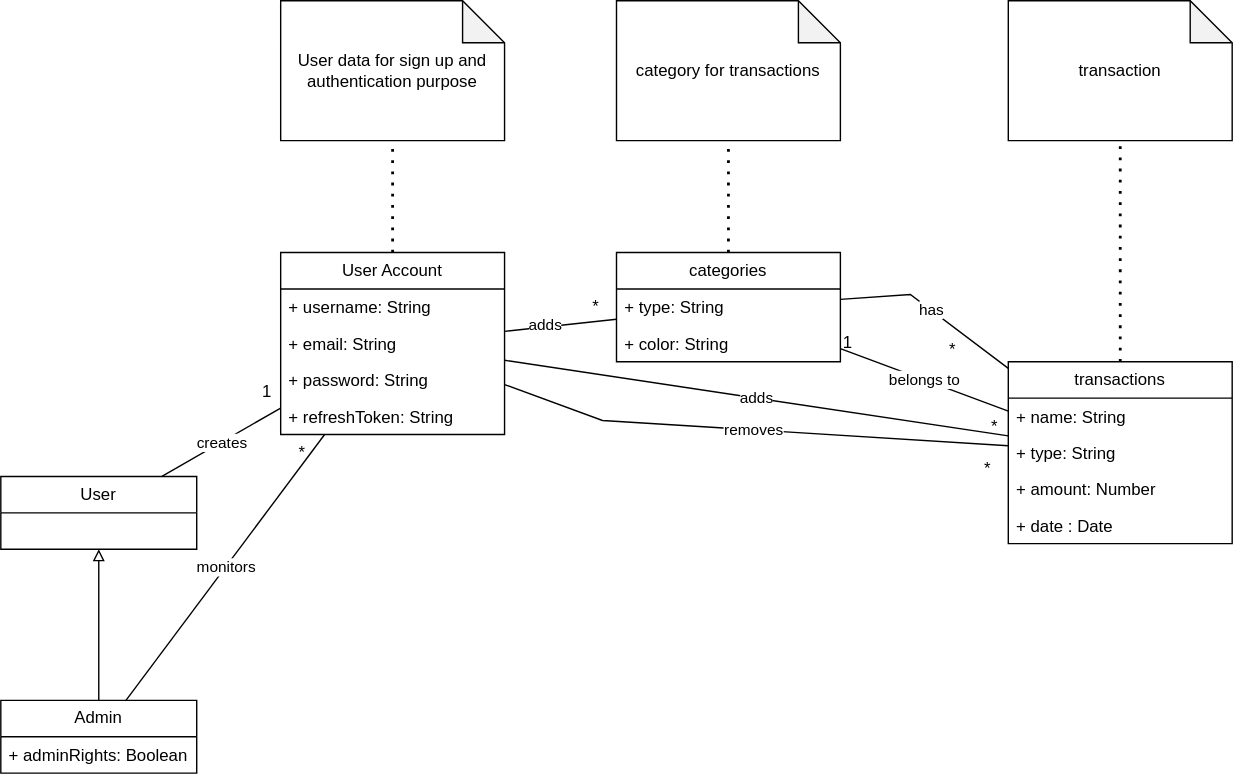
The draw.io diagram diagrams/GlossaryV1.svg in pucciorenzo/softengTesting, before a commit. Source tidied: cells renumbered, new cells last; positions are measured from the earlier drawing's top-left corner, leaving out a move shared by most shapes. Its diagram source:
```xml
<mxGraphModel>
  <root>
    <mxCell id="0" />
    <mxCell id="1" parent="0" />
    <mxCell id="2" value="User Account" style="swimlane;fontStyle=0;horizontal=1;startSize=26;fillColor=none;whiteSpace=wrap;html=1;" parent="1" vertex="1">
      <mxGeometry x="200" y="180" width="160" height="130" as="geometry" />
    </mxCell>
    <mxCell id="3" value="+ username: String" style="text;strokeColor=none;fillColor=none;align=left;verticalAlign=top;spacingLeft=4;spacingRight=4;overflow=hidden;whiteSpace=wrap;html=1;" parent="2" vertex="1">
      <mxGeometry y="26" width="160" height="26" as="geometry" />
    </mxCell>
    <mxCell id="4" value="+ email: String" style="text;strokeColor=none;fillColor=none;align=left;verticalAlign=top;spacingLeft=4;spacingRight=4;overflow=hidden;whiteSpace=wrap;html=1;" parent="2" vertex="1">
      <mxGeometry y="52" width="160" height="26" as="geometry" />
    </mxCell>
    <mxCell id="5" value="+ password: String" style="text;strokeColor=none;fillColor=none;align=left;verticalAlign=top;spacingLeft=4;spacingRight=4;overflow=hidden;whiteSpace=wrap;html=1;" parent="2" vertex="1">
      <mxGeometry y="78" width="160" height="26" as="geometry" />
    </mxCell>
    <mxCell id="6" value="+ refreshToken: String" style="text;strokeColor=none;fillColor=none;align=left;verticalAlign=top;spacingLeft=4;spacingRight=4;overflow=hidden;whiteSpace=wrap;html=1;" parent="2" vertex="1">
      <mxGeometry y="104" width="160" height="26" as="geometry" />
    </mxCell>
    <mxCell id="7" value="categories" style="swimlane;fontStyle=0;horizontal=1;startSize=26;fillColor=none;whiteSpace=wrap;html=1;" parent="1" vertex="1">
      <mxGeometry x="440" y="180" width="160" height="78" as="geometry" />
    </mxCell>
    <mxCell id="8" value="+ type: String" style="text;strokeColor=none;fillColor=none;align=left;verticalAlign=top;spacingLeft=4;spacingRight=4;overflow=hidden;whiteSpace=wrap;html=1;" parent="7" vertex="1">
      <mxGeometry y="26" width="160" height="26" as="geometry" />
    </mxCell>
    <mxCell id="9" value="+ color: String" style="text;strokeColor=none;fillColor=none;align=left;verticalAlign=top;spacingLeft=4;spacingRight=4;overflow=hidden;whiteSpace=wrap;html=1;" parent="7" vertex="1">
      <mxGeometry y="52" width="160" height="26" as="geometry" />
    </mxCell>
    <mxCell id="10" value="transactions" style="swimlane;fontStyle=0;horizontal=1;startSize=26;fillColor=none;whiteSpace=wrap;html=1;" parent="1" vertex="1">
      <mxGeometry x="720" y="258" width="160" height="130" as="geometry" />
    </mxCell>
    <mxCell id="11" value="+ name: String" style="text;strokeColor=none;fillColor=none;align=left;verticalAlign=top;spacingLeft=4;spacingRight=4;overflow=hidden;whiteSpace=wrap;html=1;" parent="10" vertex="1">
      <mxGeometry y="26" width="160" height="26" as="geometry" />
    </mxCell>
    <mxCell id="12" value="+ type: String" style="text;strokeColor=none;fillColor=none;align=left;verticalAlign=top;spacingLeft=4;spacingRight=4;overflow=hidden;whiteSpace=wrap;html=1;" parent="10" vertex="1">
      <mxGeometry y="52" width="160" height="26" as="geometry" />
    </mxCell>
    <mxCell id="13" value="+ amount: Number" style="text;strokeColor=none;fillColor=none;align=left;verticalAlign=top;spacingLeft=4;spacingRight=4;overflow=hidden;whiteSpace=wrap;html=1;" parent="10" vertex="1">
      <mxGeometry y="78" width="160" height="26" as="geometry" />
    </mxCell>
    <mxCell id="14" value="+ date : Date" style="text;strokeColor=none;fillColor=none;align=left;verticalAlign=top;spacingLeft=4;spacingRight=4;overflow=hidden;whiteSpace=wrap;html=1;" parent="10" vertex="1">
      <mxGeometry y="104" width="160" height="26" as="geometry" />
    </mxCell>
    <mxCell id="15" value="User data for sign up and authentication purpose" style="shape=note;whiteSpace=wrap;html=1;backgroundOutline=1;darkOpacity=0.05;" parent="1" vertex="1">
      <mxGeometry x="200" width="160" height="100" as="geometry" />
    </mxCell>
    <mxCell id="16" style="endArrow=none;dashed=1;html=1;dashPattern=1 3;strokeWidth=2;rounded=0;" parent="1" edge="1" source="2" target="15">
      <mxGeometry relative="1" as="geometry" />
    </mxCell>
    <mxCell id="17" value="category for transactions" style="shape=note;whiteSpace=wrap;html=1;backgroundOutline=1;darkOpacity=0.05;" parent="1" vertex="1">
      <mxGeometry x="440" width="160" height="100" as="geometry" />
    </mxCell>
    <mxCell id="18" value="transaction" style="shape=note;whiteSpace=wrap;html=1;backgroundOutline=1;darkOpacity=0.05;" parent="1" vertex="1">
      <mxGeometry x="720" width="160" height="100" as="geometry" />
    </mxCell>
    <mxCell id="19" value="User" style="swimlane;fontStyle=0;horizontal=1;startSize=26;fillColor=none;whiteSpace=wrap;html=1;" parent="1" vertex="1">
      <mxGeometry y="340" width="140" height="52" as="geometry" />
    </mxCell>
    <mxCell id="20" style="endArrow=none;dashed=1;html=1;dashPattern=1 3;strokeWidth=2;rounded=0;" parent="1" edge="1" source="7" target="17">
      <mxGeometry relative="1" as="geometry" />
    </mxCell>
    <mxCell id="21" style="endArrow=none;dashed=1;html=1;dashPattern=1 3;strokeWidth=2;rounded=0;" parent="1" edge="1" source="10" target="18">
      <mxGeometry relative="1" as="geometry" />
    </mxCell>
    <mxCell id="22" style="rounded=0;jettySize=auto;html=1;endArrow=block;endFill=0;" parent="1" edge="1" source="23" target="19">
      <mxGeometry relative="1" as="geometry" />
    </mxCell>
    <mxCell id="23" value="Admin" style="swimlane;fontStyle=0;horizontal=1;startSize=26;fillColor=none;whiteSpace=wrap;html=1;" parent="1" vertex="1">
      <mxGeometry y="500" width="140" height="52" as="geometry" />
    </mxCell>
    <mxCell id="24" value="+ adminRights: Boolean" style="text;strokeColor=none;fillColor=none;align=left;verticalAlign=top;spacingLeft=4;spacingRight=4;overflow=hidden;whiteSpace=wrap;html=1;" parent="23" vertex="1">
      <mxGeometry y="26" width="140" height="26" as="geometry" />
    </mxCell>
    <mxCell id="25" value="creates" style="endArrow=none;html=1;rounded=0;" parent="1" edge="1" source="19" target="2">
      <mxGeometry relative="1" as="geometry" />
    </mxCell>
    <mxCell id="26" value="1" style="text;html=1;align=center;verticalAlign=middle;strokeColor=none;fillColor=none;" parent="1" vertex="1">
      <mxGeometry x="175" y="265" width="30" height="30" as="geometry" />
    </mxCell>
    <mxCell id="27" style="endArrow=none;html=1;rounded=0;" parent="1" edge="1" source="2" target="7">
      <mxGeometry relative="1" as="geometry" />
    </mxCell>
    <mxCell id="28" value="adds" style="edgeLabel;html=1;align=center;verticalAlign=middle;" parent="27" vertex="1">
      <mxGeometry x="-0.27" y="2" relative="1" as="geometry" />
    </mxCell>
    <mxCell id="29" value="adds" style="endArrow=none;html=1;rounded=0;" parent="1" edge="1" source="2" target="10">
      <mxGeometry relative="1" as="geometry" />
    </mxCell>
    <mxCell id="30" value="*" style="text;html=1;align=center;verticalAlign=middle;strokeColor=none;fillColor=none;" parent="1" vertex="1">
      <mxGeometry x="410" y="204" width="30" height="30" as="geometry" />
    </mxCell>
    <mxCell id="31" value="*" style="text;html=1;align=center;verticalAlign=middle;strokeColor=none;fillColor=none;" parent="1" vertex="1">
      <mxGeometry x="695" y="290" width="30" height="30" as="geometry" />
    </mxCell>
    <mxCell id="32" value="removes" style="endArrow=none;html=1;rounded=0;" parent="1" edge="1" source="2" target="10">
      <mxGeometry relative="1" as="geometry">
        <Array as="points">
          <mxPoint x="430" y="300" />
        </Array>
      </mxGeometry>
    </mxCell>
    <mxCell id="33" value="*" style="text;html=1;align=center;verticalAlign=middle;strokeColor=none;fillColor=none;" parent="1" vertex="1">
      <mxGeometry x="690" y="320" width="30" height="30" as="geometry" />
    </mxCell>
    <mxCell id="34" value="belongs to" style="endArrow=none;html=1;rounded=0;" parent="1" edge="1" source="10" target="7">
      <mxGeometry relative="1" as="geometry" />
    </mxCell>
    <mxCell id="35" value="1" style="text;html=1;align=center;verticalAlign=middle;strokeColor=none;fillColor=none;" parent="1" vertex="1">
      <mxGeometry x="590" y="230" width="30" height="30" as="geometry" />
    </mxCell>
    <mxCell id="36" value="has" style="endArrow=none;html=1;rounded=0;" parent="1" edge="1" source="7" target="10">
      <mxGeometry relative="1" as="geometry">
        <Array as="points">
          <mxPoint x="650" y="210" />
        </Array>
      </mxGeometry>
    </mxCell>
    <mxCell id="37" value="*" style="text;html=1;align=center;verticalAlign=middle;strokeColor=none;fillColor=none;" parent="1" vertex="1">
      <mxGeometry x="665" y="235" width="30" height="30" as="geometry" />
    </mxCell>
    <mxCell id="38" value="monitors" style="endArrow=none;html=1;rounded=0;" parent="1" edge="1" source="23" target="2">
      <mxGeometry relative="1" as="geometry" />
    </mxCell>
    <mxCell id="39" value="*" style="text;html=1;align=center;verticalAlign=middle;strokeColor=none;fillColor=none;" parent="1" vertex="1">
      <mxGeometry x="200" y="308" width="30" height="30" as="geometry" />
    </mxCell>
  </root>
</mxGraphModel>
```
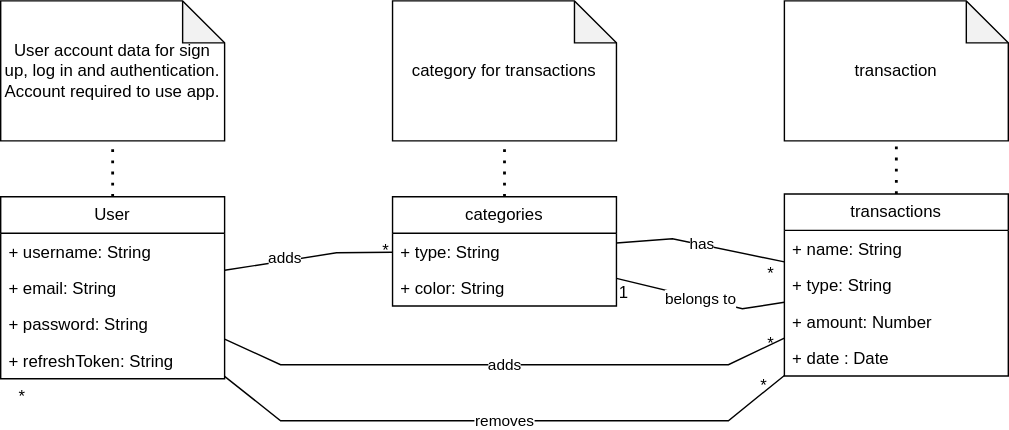
After the change.

Commit message:
removed admin and users. added generic user

The edit, as a diff of the source:
```diff
@@ -2,8 +2,8 @@
   <root>
     <mxCell id="0" />
     <mxCell id="1" parent="0" />
-    <mxCell id="2" value="User Account" style="swimlane;fontStyle=0;horizontal=1;startSize=26;fillColor=none;whiteSpace=wrap;html=1;" parent="1" vertex="1">
-      <mxGeometry x="200" y="180" width="160" height="130" as="geometry" />
+    <mxCell id="2" value="User" style="swimlane;fontStyle=0;horizontal=1;startSize=26;fillColor=none;whiteSpace=wrap;html=1;" parent="1" vertex="1">
+      <mxGeometry x="160" y="180" width="160" height="130" as="geometry" />
     </mxCell>
     <mxCell id="3" value="+ username: String" style="text;strokeColor=none;fillColor=none;align=left;verticalAlign=top;spacingLeft=4;spacingRight=4;overflow=hidden;whiteSpace=wrap;html=1;" parent="2" vertex="1">
       <mxGeometry y="26" width="160" height="26" as="geometry" />
@@ -27,7 +27,7 @@
       <mxGeometry y="52" width="160" height="26" as="geometry" />
     </mxCell>
     <mxCell id="10" value="transactions" style="swimlane;fontStyle=0;horizontal=1;startSize=26;fillColor=none;whiteSpace=wrap;html=1;" parent="1" vertex="1">
-      <mxGeometry x="720" y="258" width="160" height="130" as="geometry" />
+      <mxGeometry x="720" y="178" width="160" height="130" as="geometry" />
     </mxCell>
     <mxCell id="11" value="+ name: String" style="text;strokeColor=none;fillColor=none;align=left;verticalAlign=top;spacingLeft=4;spacingRight=4;overflow=hidden;whiteSpace=wrap;html=1;" parent="10" vertex="1">
       <mxGeometry y="26" width="160" height="26" as="geometry" />
@@ -41,88 +41,81 @@
     <mxCell id="14" value="+ date : Date" style="text;strokeColor=none;fillColor=none;align=left;verticalAlign=top;spacingLeft=4;spacingRight=4;overflow=hidden;whiteSpace=wrap;html=1;" parent="10" vertex="1">
       <mxGeometry y="104" width="160" height="26" as="geometry" />
     </mxCell>
-    <mxCell id="15" value="User data for sign up and authentication purpose" style="shape=note;whiteSpace=wrap;html=1;backgroundOutline=1;darkOpacity=0.05;" parent="1" vertex="1">
-      <mxGeometry x="200" width="160" height="100" as="geometry" />
+    <mxCell id="15" value="User account data for sign up, log in and authentication. Account required to use app." style="shape=note;whiteSpace=wrap;html=1;backgroundOutline=1;darkOpacity=0.05;" parent="1" vertex="1">
+      <mxGeometry x="160" y="40" width="160" height="100" as="geometry" />
     </mxCell>
     <mxCell id="16" style="endArrow=none;dashed=1;html=1;dashPattern=1 3;strokeWidth=2;rounded=0;" parent="1" edge="1" source="2" target="15">
       <mxGeometry relative="1" as="geometry" />
     </mxCell>
     <mxCell id="17" value="category for transactions" style="shape=note;whiteSpace=wrap;html=1;backgroundOutline=1;darkOpacity=0.05;" parent="1" vertex="1">
-      <mxGeometry x="440" width="160" height="100" as="geometry" />
+      <mxGeometry x="440" y="40" width="160" height="100" as="geometry" />
     </mxCell>
     <mxCell id="18" value="transaction" style="shape=note;whiteSpace=wrap;html=1;backgroundOutline=1;darkOpacity=0.05;" parent="1" vertex="1">
-      <mxGeometry x="720" width="160" height="100" as="geometry" />
+      <mxGeometry x="720" y="40" width="160" height="100" as="geometry" />
     </mxCell>
-    <mxCell id="19" value="User" style="swimlane;fontStyle=0;horizontal=1;startSize=26;fillColor=none;whiteSpace=wrap;html=1;" parent="1" vertex="1">
-      <mxGeometry y="340" width="140" height="52" as="geometry" />
-    </mxCell>
     <mxCell id="20" style="endArrow=none;dashed=1;html=1;dashPattern=1 3;strokeWidth=2;rounded=0;" parent="1" edge="1" source="7" target="17">
       <mxGeometry relative="1" as="geometry" />
     </mxCell>
     <mxCell id="21" style="endArrow=none;dashed=1;html=1;dashPattern=1 3;strokeWidth=2;rounded=0;" parent="1" edge="1" source="10" target="18">
       <mxGeometry relative="1" as="geometry" />
     </mxCell>
-    <mxCell id="22" style="rounded=0;jettySize=auto;html=1;endArrow=block;endFill=0;" parent="1" edge="1" source="23" target="19">
-      <mxGeometry relative="1" as="geometry" />
-    </mxCell>
-    <mxCell id="23" value="Admin" style="swimlane;fontStyle=0;horizontal=1;startSize=26;fillColor=none;whiteSpace=wrap;html=1;" parent="1" vertex="1">
-      <mxGeometry y="500" width="140" height="52" as="geometry" />
-    </mxCell>
-    <mxCell id="24" value="+ adminRights: Boolean" style="text;strokeColor=none;fillColor=none;align=left;verticalAlign=top;spacingLeft=4;spacingRight=4;overflow=hidden;whiteSpace=wrap;html=1;" parent="23" vertex="1">
-      <mxGeometry y="26" width="140" height="26" as="geometry" />
-    </mxCell>
-    <mxCell id="25" value="creates" style="endArrow=none;html=1;rounded=0;" parent="1" edge="1" source="19" target="2">
-      <mxGeometry relative="1" as="geometry" />
-    </mxCell>
-    <mxCell id="26" value="1" style="text;html=1;align=center;verticalAlign=middle;strokeColor=none;fillColor=none;" parent="1" vertex="1">
-      <mxGeometry x="175" y="265" width="30" height="30" as="geometry" />
-    </mxCell>
     <mxCell id="27" style="endArrow=none;html=1;rounded=0;" parent="1" edge="1" source="2" target="7">
-      <mxGeometry relative="1" as="geometry" />
+      <mxGeometry relative="1" as="geometry">
+        <Array as="points">
+          <mxPoint x="400" y="220" />
+        </Array>
+      </mxGeometry>
     </mxCell>
     <mxCell id="28" value="adds" style="edgeLabel;html=1;align=center;verticalAlign=middle;" parent="27" vertex="1">
       <mxGeometry x="-0.27" y="2" relative="1" as="geometry" />
     </mxCell>
     <mxCell id="29" value="adds" style="endArrow=none;html=1;rounded=0;" parent="1" edge="1" source="2" target="10">
-      <mxGeometry relative="1" as="geometry" />
+      <mxGeometry relative="1" as="geometry">
+        <Array as="points">
+          <mxPoint x="360" y="300" />
+          <mxPoint x="680" y="300" />
+        </Array>
+      </mxGeometry>
     </mxCell>
     <mxCell id="30" value="*" style="text;html=1;align=center;verticalAlign=middle;strokeColor=none;fillColor=none;" parent="1" vertex="1">
-      <mxGeometry x="410" y="204" width="30" height="30" as="geometry" />
+      <mxGeometry x="420" y="204" width="30" height="30" as="geometry" />
     </mxCell>
     <mxCell id="31" value="*" style="text;html=1;align=center;verticalAlign=middle;strokeColor=none;fillColor=none;" parent="1" vertex="1">
-      <mxGeometry x="695" y="290" width="30" height="30" as="geometry" />
+      <mxGeometry x="695" y="270" width="30" height="30" as="geometry" />
     </mxCell>
     <mxCell id="32" value="removes" style="endArrow=none;html=1;rounded=0;" parent="1" edge="1" source="2" target="10">
       <mxGeometry relative="1" as="geometry">
         <Array as="points">
-          <mxPoint x="430" y="300" />
+          <mxPoint x="360" y="340" />
+          <mxPoint x="680" y="340" />
         </Array>
       </mxGeometry>
     </mxCell>
     <mxCell id="33" value="*" style="text;html=1;align=center;verticalAlign=middle;strokeColor=none;fillColor=none;" parent="1" vertex="1">
-      <mxGeometry x="690" y="320" width="30" height="30" as="geometry" />
+      <mxGeometry x="690" y="300" width="30" height="30" as="geometry" />
     </mxCell>
     <mxCell id="34" value="belongs to" style="endArrow=none;html=1;rounded=0;" parent="1" edge="1" source="10" target="7">
-      <mxGeometry relative="1" as="geometry" />
+      <mxGeometry relative="1" as="geometry">
+        <Array as="points">
+          <mxPoint x="690" y="260" />
+        </Array>
+      </mxGeometry>
     </mxCell>
     <mxCell id="35" value="1" style="text;html=1;align=center;verticalAlign=middle;strokeColor=none;fillColor=none;" parent="1" vertex="1">
-      <mxGeometry x="590" y="230" width="30" height="30" as="geometry" />
+      <mxGeometry x="590" y="234" width="30" height="30" as="geometry" />
     </mxCell>
     <mxCell id="36" value="has" style="endArrow=none;html=1;rounded=0;" parent="1" edge="1" source="7" target="10">
       <mxGeometry relative="1" as="geometry">
         <Array as="points">
-          <mxPoint x="650" y="210" />
+          <mxPoint x="640" y="210" />
         </Array>
       </mxGeometry>
     </mxCell>
     <mxCell id="37" value="*" style="text;html=1;align=center;verticalAlign=middle;strokeColor=none;fillColor=none;" parent="1" vertex="1">
-      <mxGeometry x="665" y="235" width="30" height="30" as="geometry" />
+      <mxGeometry x="695" y="220" width="30" height="30" as="geometry" />
     </mxCell>
-    <mxCell id="38" value="monitors" style="endArrow=none;html=1;rounded=0;" parent="1" edge="1" source="23" target="2">
-      <mxGeometry relative="1" as="geometry" />
-    </mxCell>
     <mxCell id="39" value="*" style="text;html=1;align=center;verticalAlign=middle;strokeColor=none;fillColor=none;" parent="1" vertex="1">
-      <mxGeometry x="200" y="308" width="30" height="30" as="geometry" />
+      <mxGeometry x="160" y="308" width="30" height="30" as="geometry" />
     </mxCell>
   </root>
 </mxGraphModel>
```
